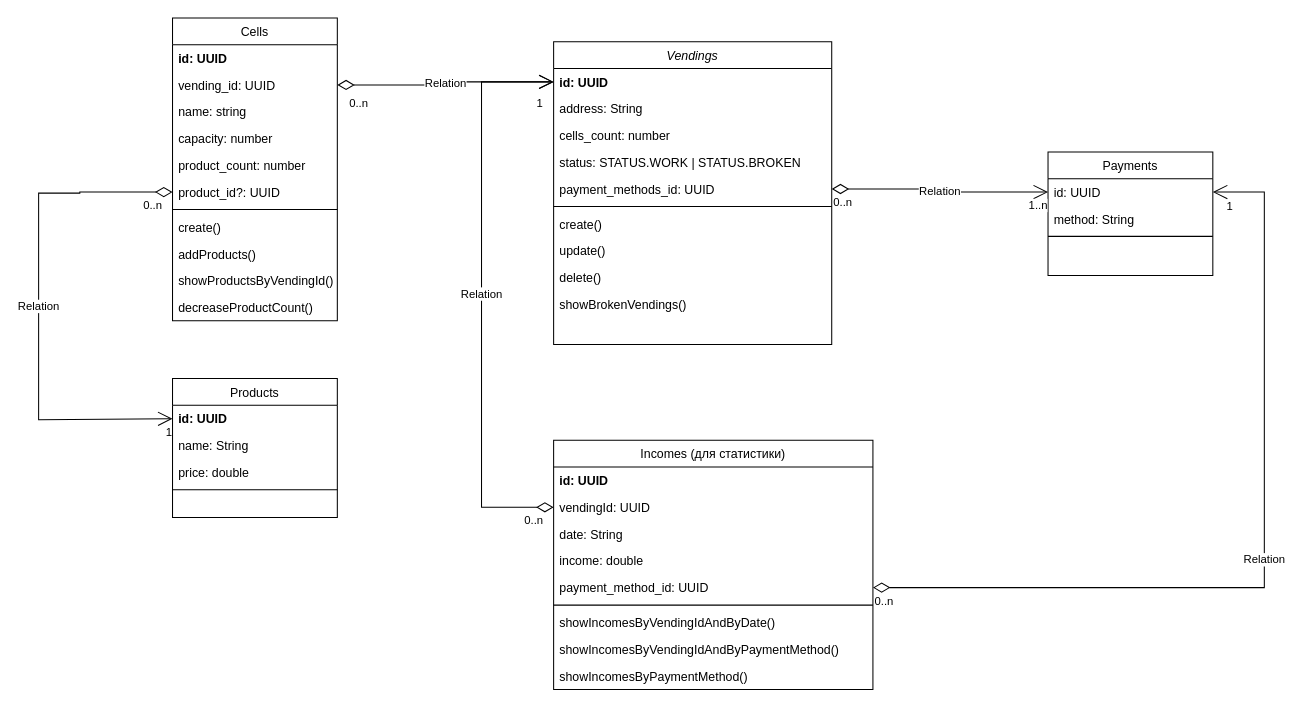
The draw.io diagram VendingShop.drawio in Bychkova-Elena/vendingShop, before the edit. Source tidied: cells renumbered, new cells numbered last; positions are measured from the earlier drawing's top-left corner, leaving out a move shared by most shapes. Both pictures are drawn from the tidied source at 103%, with x=0, y=0 at pixel (38, 18).
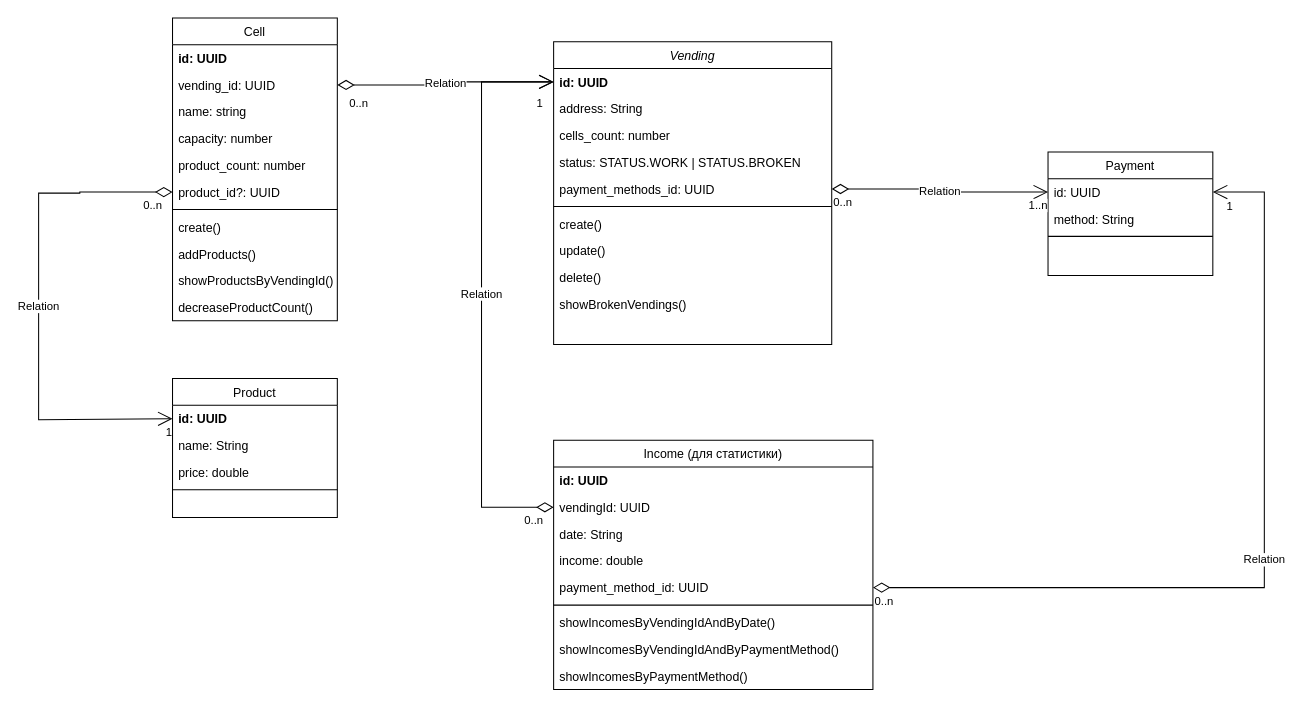
The same page after the edit.

What changed in the source:
```diff
@@
-    <mxCell id="2" value="Vendings" style="swimlane;fontStyle=2;align=center;verticalAlign=top;horizontal=1;startSize=26;rounded=0;shadow=0;strokeWidth=1;" parent="1" vertex="1">
+    <mxCell id="2" value="Vending" style="swimlane;fontStyle=2;align=center;verticalAlign=top;horizontal=1;startSize=26;rounded=0;shadow=0;strokeWidth=1;" parent="1" vertex="1">
       <mxGeometry x="500" y="23" width="270" height="294" as="geometry" />
     </mxCell>
@@
-    <mxCell id="13" value="Products" style="swimlane;fontStyle=0;align=center;verticalAlign=top;horizontal=1;startSize=26;rounded=0;shadow=0;strokeWidth=1;" parent="1" vertex="1">
+    <mxCell id="13" value="Product" style="swimlane;fontStyle=0;align=center;verticalAlign=top;horizontal=1;startSize=26;rounded=0;shadow=0;strokeWidth=1;" parent="1" vertex="1">
       <mxGeometry x="130" y="350" width="160" height="135" as="geometry" />
     </mxCell>
@@
-    <mxCell id="18" value="Cells" style="swimlane;fontStyle=0;align=center;verticalAlign=top;horizontal=1;startSize=26;rounded=0;shadow=0;strokeWidth=1;" parent="1" vertex="1">
+    <mxCell id="18" value="Cell" style="swimlane;fontStyle=0;align=center;verticalAlign=top;horizontal=1;startSize=26;rounded=0;shadow=0;strokeWidth=1;" parent="1" vertex="1">
       <mxGeometry x="130" width="160" height="294" as="geometry" />
     </mxCell>
@@
-    <mxCell id="30" value="Payments" style="swimlane;fontStyle=0;align=center;verticalAlign=top;horizontal=1;startSize=26;rounded=0;shadow=0;strokeWidth=1;" parent="1" vertex="1">
+    <mxCell id="30" value="Payment" style="swimlane;fontStyle=0;align=center;verticalAlign=top;horizontal=1;startSize=26;rounded=0;shadow=0;strokeWidth=1;" parent="1" vertex="1">
       <mxGeometry x="980" y="130" width="160" height="120" as="geometry" />
     </mxCell>
@@
-    <mxCell id="42" value="Incomes (для статистики)" style="swimlane;fontStyle=0;align=center;verticalAlign=top;horizontal=1;startSize=26;rounded=0;shadow=0;strokeWidth=1;" parent="1" vertex="1">
+    <mxCell id="42" value="Income (для статистики)" style="swimlane;fontStyle=0;align=center;verticalAlign=top;horizontal=1;startSize=26;rounded=0;shadow=0;strokeWidth=1;" parent="1" vertex="1">
       <mxGeometry x="500" y="410" width="310" height="242" as="geometry" />
     </mxCell>
```
